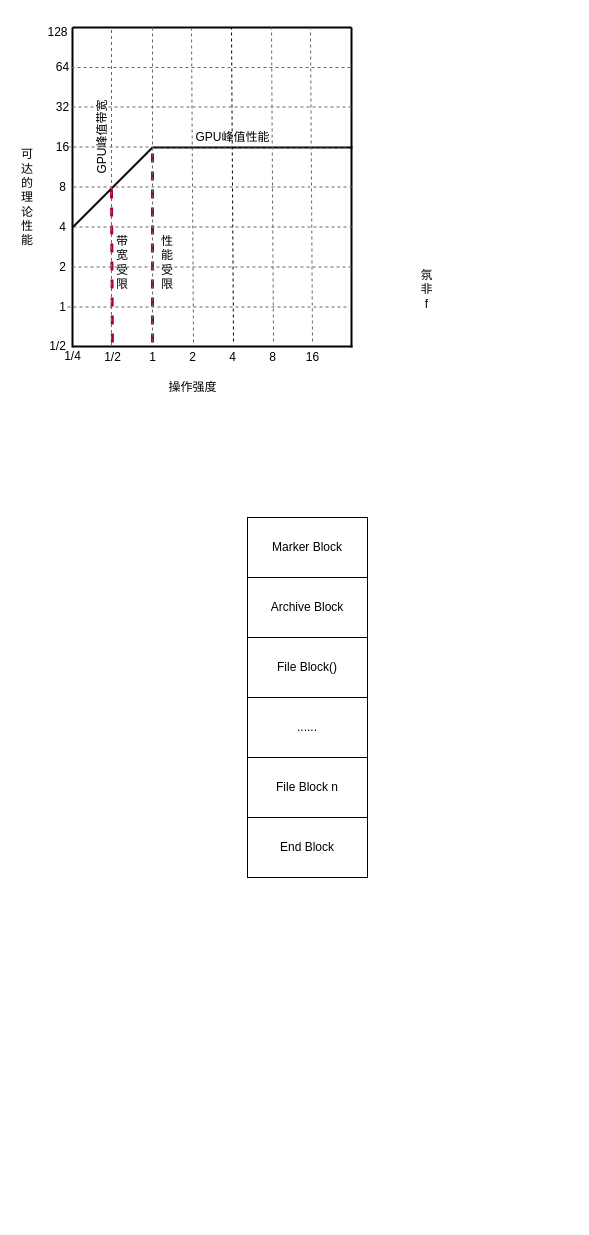
Before: page "Page-1" (1 of 4) of Untitled Diagram.drawio in liuyifeng123321/worker, a draw.io diagram. Source tidied: cells renumbered, new cells numbered last; positions are measured from the earlier drawing's top-left corner, leaving out a move shared by most shapes. Both pictures are drawn from the tidied source at 100%, with x=0, y=0 at pixel (17, 17).
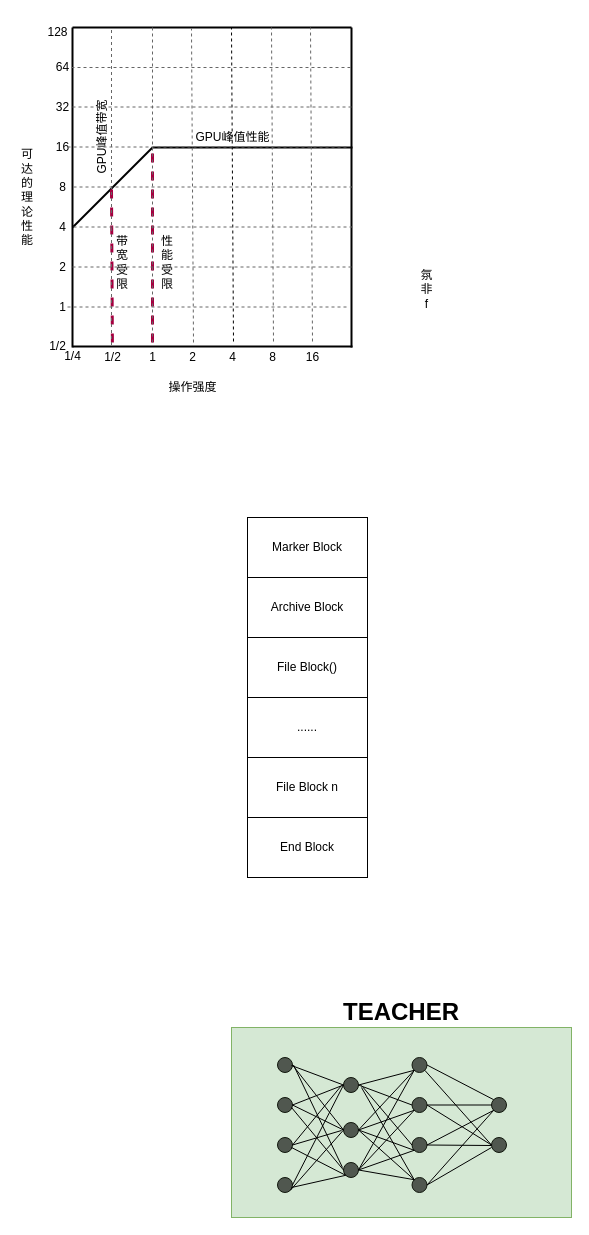
Above is the later version.

Diff of the diagram source:
```diff
@@
+    <mxCell id="52" style="rounded=0;whiteSpace=wrap;html=1;fillColor=#d5e8d4;strokeColor=#82b366;" parent="1" vertex="1">
+      <mxGeometry x="214" y="1010" width="340" height="190" as="geometry" />
+    </mxCell>
+    <mxCell id="53" value="&lt;h1&gt;&lt;b&gt;TEACHER&lt;/b&gt;&lt;/h1&gt;" style="text;html=1;strokeColor=none;fillColor=none;align=center;verticalAlign=middle;whiteSpace=wrap;rounded=0;" parent="1" vertex="1">
+      <mxGeometry x="354" y="980" width="60" height="30" as="geometry" />
+    </mxCell>
+    <mxCell id="54" style="ellipse;whiteSpace=wrap;html=1;fillColor=#50574F;strokeColor=#11170D;" parent="1" vertex="1">
+      <mxGeometry x="260" y="1040" width="15" height="15" as="geometry" />
+    </mxCell>
+    <mxCell id="55" style="ellipse;whiteSpace=wrap;html=1;fillColor=#50574F;strokeColor=#11170D;" parent="1" vertex="1">
+      <mxGeometry x="260" y="1080" width="15" height="15" as="geometry" />
+    </mxCell>
+    <mxCell id="56" style="ellipse;whiteSpace=wrap;html=1;fillColor=#50574F;strokeColor=#11170D;" parent="1" vertex="1">
+      <mxGeometry x="260" y="1120" width="15" height="15" as="geometry" />
+    </mxCell>
+    <mxCell id="57" style="ellipse;whiteSpace=wrap;html=1;fillColor=#50574F;strokeColor=#11170D;" parent="1" vertex="1">
+      <mxGeometry x="260" y="1160" width="15" height="15" as="geometry" />
+    </mxCell>
+    <mxCell id="58" style="ellipse;whiteSpace=wrap;html=1;fillColor=#50574F;strokeColor=#11170D;" parent="1" vertex="1">
+      <mxGeometry x="326" y="1060" width="15" height="15" as="geometry" />
+    </mxCell>
+    <mxCell id="59" style="ellipse;whiteSpace=wrap;html=1;fillColor=#50574F;strokeColor=#11170D;" parent="1" vertex="1">
+      <mxGeometry x="326" y="1105" width="15" height="15" as="geometry" />
+    </mxCell>
+    <mxCell id="60" style="ellipse;whiteSpace=wrap;html=1;fillColor=#50574F;strokeColor=#11170D;" parent="1" vertex="1">
+      <mxGeometry x="326" y="1145" width="15" height="15" as="geometry" />
+    </mxCell>
+    <mxCell id="61" style="ellipse;whiteSpace=wrap;html=1;fillColor=#50574F;strokeColor=#11170D;" parent="1" vertex="1">
+      <mxGeometry x="394.5" y="1040" width="15" height="15" as="geometry" />
+    </mxCell>
+    <mxCell id="62" style="ellipse;whiteSpace=wrap;html=1;fillColor=#50574F;strokeColor=#11170D;" parent="1" vertex="1">
+      <mxGeometry x="394.5" y="1080" width="15" height="15" as="geometry" />
+    </mxCell>
+    <mxCell id="63" style="ellipse;whiteSpace=wrap;html=1;fillColor=#50574F;strokeColor=#11170D;" parent="1" vertex="1">
+      <mxGeometry x="394.5" y="1120" width="15" height="15" as="geometry" />
+    </mxCell>
+    <mxCell id="64" style="ellipse;whiteSpace=wrap;html=1;fillColor=#50574F;strokeColor=#11170D;" parent="1" vertex="1">
+      <mxGeometry x="394.5" y="1160" width="15" height="15" as="geometry" />
+    </mxCell>
+    <mxCell id="65" style="ellipse;whiteSpace=wrap;html=1;fillColor=#50574F;strokeColor=#11170D;" parent="1" vertex="1">
+      <mxGeometry x="474" y="1080" width="15" height="15" as="geometry" />
+    </mxCell>
+    <mxCell id="66" style="ellipse;whiteSpace=wrap;html=1;fillColor=#50574F;strokeColor=#11170D;" parent="1" vertex="1">
+      <mxGeometry x="474" y="1120" width="15" height="15" as="geometry" />
+    </mxCell>
+    <mxCell id="67" style="endArrow=none;html=1;rounded=0;entryX=0;entryY=0.5;entryDx=0;entryDy=0;" parent="1" edge="1" target="58">
+      <mxGeometry relative="1" as="geometry">
+        <mxPoint x="274" y="1048" as="sourcePoint" />
+      </mxGeometry>
+    </mxCell>
+    <mxCell id="68" style="endArrow=none;html=1;rounded=0;exitX=1;exitY=0.5;exitDx=0;exitDy=0;entryX=0;entryY=0.5;entryDx=0;entryDy=0;" parent="1" edge="1" source="54" target="59">
+      <mxGeometry relative="1" as="geometry" />
+    </mxCell>
+    <mxCell id="69" style="endArrow=none;html=1;rounded=0;exitX=1;exitY=0.5;exitDx=0;exitDy=0;" parent="1" edge="1">
+      <mxGeometry relative="1" as="geometry">
+        <mxPoint x="276" y="1047.5" as="sourcePoint" />
+        <mxPoint x="325" y="1150" as="targetPoint" />
+      </mxGeometry>
+    </mxCell>
+    <mxCell id="70" style="endArrow=none;html=1;rounded=0;exitX=1;exitY=0.5;exitDx=0;exitDy=0;entryX=0;entryY=0.5;entryDx=0;entryDy=0;" parent="1" edge="1" source="55" target="58">
+      <mxGeometry relative="1" as="geometry" />
+    </mxCell>
+    <mxCell id="71" style="endArrow=none;html=1;rounded=0;exitX=1;exitY=0.5;exitDx=0;exitDy=0;entryX=0;entryY=0.5;entryDx=0;entryDy=0;" parent="1" edge="1" source="55" target="59">
+      <mxGeometry relative="1" as="geometry" />
+    </mxCell>
+    <mxCell id="72" style="endArrow=none;html=1;rounded=0;entryX=0;entryY=0.5;entryDx=0;entryDy=0;" parent="1" edge="1" target="60">
+      <mxGeometry relative="1" as="geometry">
+        <mxPoint x="274" y="1090" as="sourcePoint" />
+      </mxGeometry>
+    </mxCell>
+    <mxCell id="73" style="endArrow=none;html=1;rounded=0;exitX=1;exitY=0.5;exitDx=0;exitDy=0;" parent="1" edge="1" source="56">
+      <mxGeometry relative="1" as="geometry">
+        <mxPoint x="324" y="1068" as="targetPoint" />
+      </mxGeometry>
+    </mxCell>
+    <mxCell id="74" style="endArrow=none;html=1;rounded=0;exitX=1;exitY=0.5;exitDx=0;exitDy=0;" parent="1" edge="1" source="56">
+      <mxGeometry relative="1" as="geometry">
+        <mxPoint x="324" y="1113" as="targetPoint" />
+      </mxGeometry>
+    </mxCell>
+    <mxCell id="75" style="endArrow=none;html=1;rounded=0;entryX=0;entryY=1;entryDx=0;entryDy=0;" parent="1" edge="1" target="60">
+      <mxGeometry relative="1" as="geometry">
+        <mxPoint x="274" y="1130" as="sourcePoint" />
+      </mxGeometry>
+    </mxCell>
+    <mxCell id="76" style="endArrow=none;html=1;rounded=0;exitX=1;exitY=0.5;exitDx=0;exitDy=0;entryX=0;entryY=0.5;entryDx=0;entryDy=0;" parent="1" edge="1" source="57" target="58">
+      <mxGeometry relative="1" as="geometry" />
+    </mxCell>
+    <mxCell id="77" style="endArrow=none;html=1;rounded=0;exitX=1;exitY=1;exitDx=0;exitDy=0;entryX=0;entryY=0.5;entryDx=0;entryDy=0;" parent="1" edge="1" source="57" target="59">
+      <mxGeometry relative="1" as="geometry" />
+    </mxCell>
+    <mxCell id="78" style="endArrow=none;html=1;rounded=0;entryX=0;entryY=1;entryDx=0;entryDy=0;" parent="1" edge="1" target="60">
+      <mxGeometry relative="1" as="geometry">
+        <mxPoint x="274" y="1170" as="sourcePoint" />
+      </mxGeometry>
+    </mxCell>
+    <mxCell id="79" style="endArrow=none;html=1;rounded=0;exitX=1;exitY=0.5;exitDx=0;exitDy=0;entryX=0;entryY=1;entryDx=0;entryDy=0;" parent="1" edge="1" source="58" target="61">
+      <mxGeometry relative="1" as="geometry" />
+    </mxCell>
+    <mxCell id="80" style="endArrow=none;html=1;rounded=0;exitX=1;exitY=0.5;exitDx=0;exitDy=0;entryX=0;entryY=0.5;entryDx=0;entryDy=0;" parent="1" edge="1" source="58" target="62">
+      <mxGeometry relative="1" as="geometry" />
+    </mxCell>
+    <mxCell id="81" style="endArrow=none;html=1;rounded=0;entryX=0;entryY=0.5;entryDx=0;entryDy=0;" parent="1" edge="1" target="63">
+      <mxGeometry relative="1" as="geometry">
+        <mxPoint x="344" y="1068" as="sourcePoint" />
+      </mxGeometry>
+    </mxCell>
+    <mxCell id="82" style="endArrow=none;html=1;rounded=0;entryX=0;entryY=0;entryDx=0;entryDy=0;" parent="1" edge="1" target="64">
+      <mxGeometry relative="1" as="geometry">
+        <mxPoint x="344" y="1070" as="sourcePoint" />
+      </mxGeometry>
+    </mxCell>
+    <mxCell id="83" style="endArrow=none;html=1;rounded=0;entryX=0;entryY=1;entryDx=0;entryDy=0;exitX=1;exitY=0.5;exitDx=0;exitDy=0;" parent="1" edge="1" source="59" target="61">
+      <mxGeometry relative="1" as="geometry" />
+    </mxCell>
+    <mxCell id="84" style="endArrow=none;html=1;rounded=0;exitX=1;exitY=0.5;exitDx=0;exitDy=0;entryX=0;entryY=1;entryDx=0;entryDy=0;" parent="1" edge="1" source="59" target="62">
+      <mxGeometry relative="1" as="geometry" />
+    </mxCell>
+    <mxCell id="85" style="endArrow=none;html=1;rounded=0;exitX=1;exitY=0.5;exitDx=0;exitDy=0;entryX=0;entryY=1;entryDx=0;entryDy=0;" parent="1" edge="1" source="59" target="63">
+      <mxGeometry relative="1" as="geometry" />
+    </mxCell>
+    <mxCell id="86" style="endArrow=none;html=1;rounded=0;exitX=1;exitY=0.5;exitDx=0;exitDy=0;entryX=0;entryY=0;entryDx=0;entryDy=0;" parent="1" edge="1" source="59" target="64">
+      <mxGeometry relative="1" as="geometry" />
+    </mxCell>
+    <mxCell id="87" style="endArrow=none;html=1;rounded=0;exitX=1;exitY=0.5;exitDx=0;exitDy=0;entryX=0;entryY=1;entryDx=0;entryDy=0;" parent="1" edge="1" source="60" target="61">
+      <mxGeometry relative="1" as="geometry" />
+    </mxCell>
+    <mxCell id="88" style="endArrow=none;html=1;rounded=0;exitX=1;exitY=0.5;exitDx=0;exitDy=0;entryX=0;entryY=1;entryDx=0;entryDy=0;" parent="1" edge="1" source="60" target="62">
+      <mxGeometry relative="1" as="geometry" />
+    </mxCell>
+    <mxCell id="89" style="endArrow=none;html=1;rounded=0;exitX=1;exitY=0.5;exitDx=0;exitDy=0;entryX=0;entryY=1;entryDx=0;entryDy=0;" parent="1" edge="1" source="60" target="63">
+      <mxGeometry relative="1" as="geometry" />
+    </mxCell>
+    <mxCell id="90" style="endArrow=none;html=1;rounded=0;exitX=1;exitY=0.5;exitDx=0;exitDy=0;entryX=0;entryY=0;entryDx=0;entryDy=0;" parent="1" edge="1" source="60" target="64">
+      <mxGeometry relative="1" as="geometry" />
+    </mxCell>
+    <mxCell id="91" style="endArrow=none;html=1;rounded=0;entryX=0;entryY=0;entryDx=0;entryDy=0;exitX=1;exitY=0.5;exitDx=0;exitDy=0;" parent="1" edge="1" source="61" target="65">
+      <mxGeometry relative="1" as="geometry" />
+    </mxCell>
+    <mxCell id="92" style="endArrow=none;html=1;rounded=0;exitX=1;exitY=1;exitDx=0;exitDy=0;entryX=0;entryY=0.5;entryDx=0;entryDy=0;" parent="1" edge="1" source="61" target="66">
+      <mxGeometry relative="1" as="geometry" />
+    </mxCell>
+    <mxCell id="93" style="endArrow=none;html=1;rounded=0;exitX=1;exitY=0.5;exitDx=0;exitDy=0;entryX=0;entryY=0.5;entryDx=0;entryDy=0;" parent="1" edge="1" source="62" target="65">
+      <mxGeometry relative="1" as="geometry" />
+    </mxCell>
+    <mxCell id="94" style="endArrow=none;html=1;rounded=0;exitX=1;exitY=0.5;exitDx=0;exitDy=0;entryX=0;entryY=0.5;entryDx=0;entryDy=0;" parent="1" edge="1" source="62" target="66">
+      <mxGeometry relative="1" as="geometry" />
+    </mxCell>
+    <mxCell id="95" style="endArrow=none;html=1;rounded=0;exitX=1;exitY=0.5;exitDx=0;exitDy=0;entryX=0;entryY=1;entryDx=0;entryDy=0;" parent="1" edge="1" source="63" target="65">
+      <mxGeometry relative="1" as="geometry" />
+    </mxCell>
+    <mxCell id="96" style="endArrow=none;html=1;rounded=0;exitX=1;exitY=0.5;exitDx=0;exitDy=0;" parent="1" edge="1" source="63">
+      <mxGeometry relative="1" as="geometry">
+        <mxPoint x="474" y="1128" as="targetPoint" />
+      </mxGeometry>
+    </mxCell>
+    <mxCell id="97" style="endArrow=none;html=1;rounded=0;exitX=1;exitY=0.5;exitDx=0;exitDy=0;entryX=0;entryY=1;entryDx=0;entryDy=0;" parent="1" edge="1" source="64" target="65">
+      <mxGeometry relative="1" as="geometry" />
+    </mxCell>
+    <mxCell id="98" style="endArrow=none;html=1;rounded=0;exitX=1;exitY=0.5;exitDx=0;exitDy=0;" parent="1" edge="1" source="64">
+      <mxGeometry relative="1" as="geometry">
+        <mxPoint x="474" y="1130" as="targetPoint" />
+      </mxGeometry>
+    </mxCell>
```
